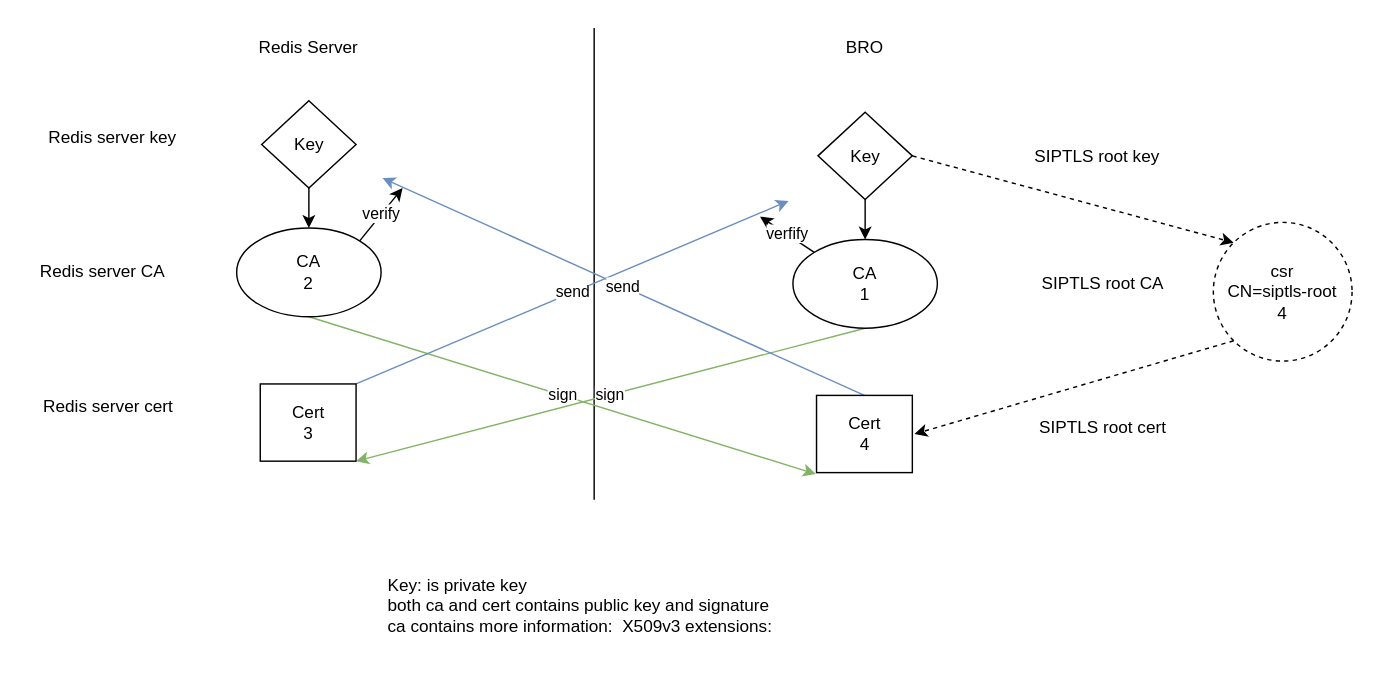
Albert-W/Draw_io keeps this draw.io diagram as page "Page-1" (1 of 2) of Bro Certs.drawio. Above is the earlier version. Source tidied: cells renumbered, new cells numbered last; positions are measured from the earlier drawing's top-left corner, leaving out a move shared by most shapes. Both pictures are drawn from the tidied source at 143%, with x=0, y=0 at pixel (24, 24).
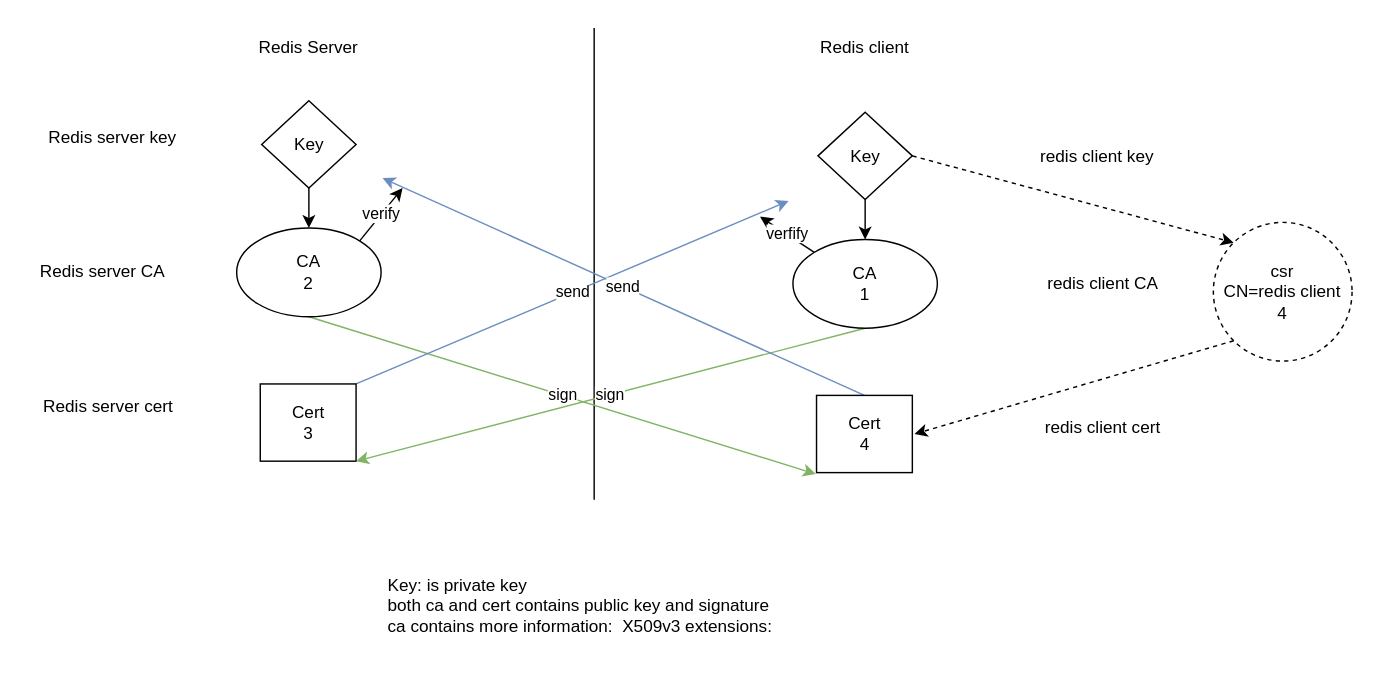
After the change.

What changed in the source:
```diff
@@
-    <mxCell id="4" value="BRO" style="text;html=1;strokeColor=none;fillColor=none;align=center;verticalAlign=middle;whiteSpace=wrap;rounded=0;" parent="1" vertex="1">
+    <mxCell id="4" value="Redis client" style="text;html=1;strokeColor=none;fillColor=none;align=center;verticalAlign=middle;whiteSpace=wrap;rounded=0;" parent="1" vertex="1">
       <mxGeometry x="488" width="199" height="31" as="geometry" />
     </mxCell>
@@
-    <mxCell id="23" value="SIPTLS root key" style="text;html=1;strokeColor=none;fillColor=none;align=center;verticalAlign=middle;whiteSpace=wrap;rounded=0;" parent="1" vertex="1">
+    <mxCell id="23" value="redis client key" style="text;html=1;strokeColor=none;fillColor=none;align=center;verticalAlign=middle;whiteSpace=wrap;rounded=0;" parent="1" vertex="1">
       <mxGeometry x="680" y="81" width="140" height="21" as="geometry" />
     </mxCell>
-    <mxCell id="24" value="SIPTLS root CA" style="text;html=1;strokeColor=none;fillColor=none;align=center;verticalAlign=middle;whiteSpace=wrap;rounded=0;" parent="1" vertex="1">
+    <mxCell id="24" value="redis client CA" style="text;html=1;strokeColor=none;fillColor=none;align=center;verticalAlign=middle;whiteSpace=wrap;rounded=0;" parent="1" vertex="1">
       <mxGeometry x="684" y="170.5" width="140" height="21" as="geometry" />
     </mxCell>
-    <mxCell id="25" value="SIPTLS root cert" style="text;html=1;strokeColor=none;fillColor=none;align=center;verticalAlign=middle;whiteSpace=wrap;rounded=0;" parent="1" vertex="1">
+    <mxCell id="25" value="redis client cert" style="text;html=1;strokeColor=none;fillColor=none;align=center;verticalAlign=middle;whiteSpace=wrap;rounded=0;" parent="1" vertex="1">
       <mxGeometry x="684" y="271" width="140" height="21" as="geometry" />
     </mxCell>
@@
-    <mxCell id="28" value="&lt;div&gt;csr&lt;/div&gt;&lt;div&gt;CN=siptls-root&lt;/div&gt;&lt;div&gt;4&lt;br&gt;&lt;/div&gt;" style="ellipse;whiteSpace=wrap;html=1;align=center;dashed=1;" parent="1" vertex="1">
+    <mxCell id="28" value="&lt;div&gt;csr&lt;/div&gt;&lt;div&gt;CN=redis client&lt;/div&gt;&lt;div&gt;4&lt;br&gt;&lt;/div&gt;" style="ellipse;whiteSpace=wrap;html=1;align=center;dashed=1;" parent="1" vertex="1">
       <mxGeometry x="831" y="138" width="97" height="97" as="geometry" />
     </mxCell>
```
